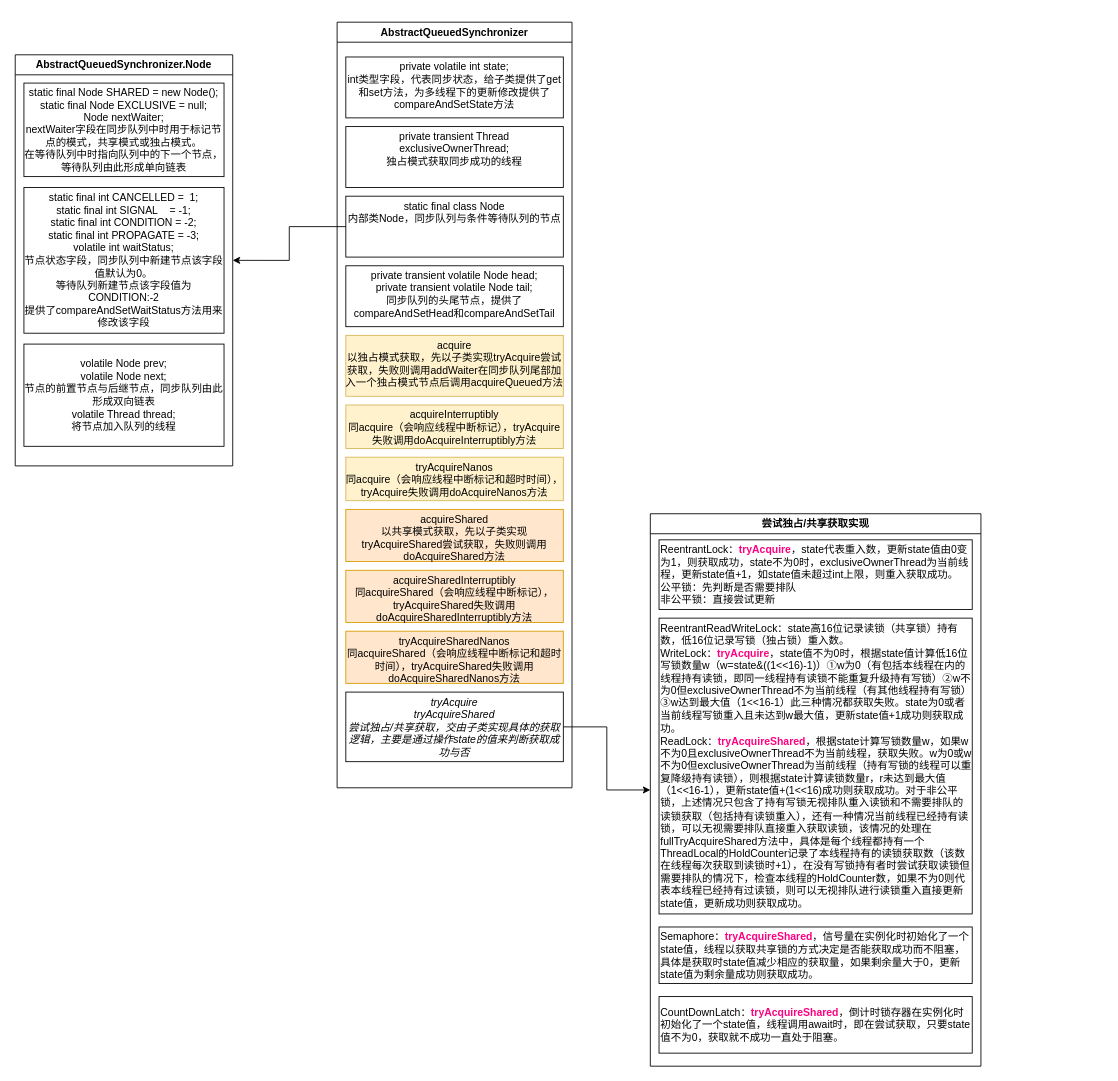
Above: AbstractQueuedSynchronizer.drawio in a7956232/drawIOFiles (draw.io), before the change. Source tidied: cells renumbered, new cells numbered last; positions are measured from the earlier drawing's top-left corner, leaving out a move shared by most shapes. Both pictures are drawn from the tidied source at 87%, with x=0, y=0 at pixel (15, 22).
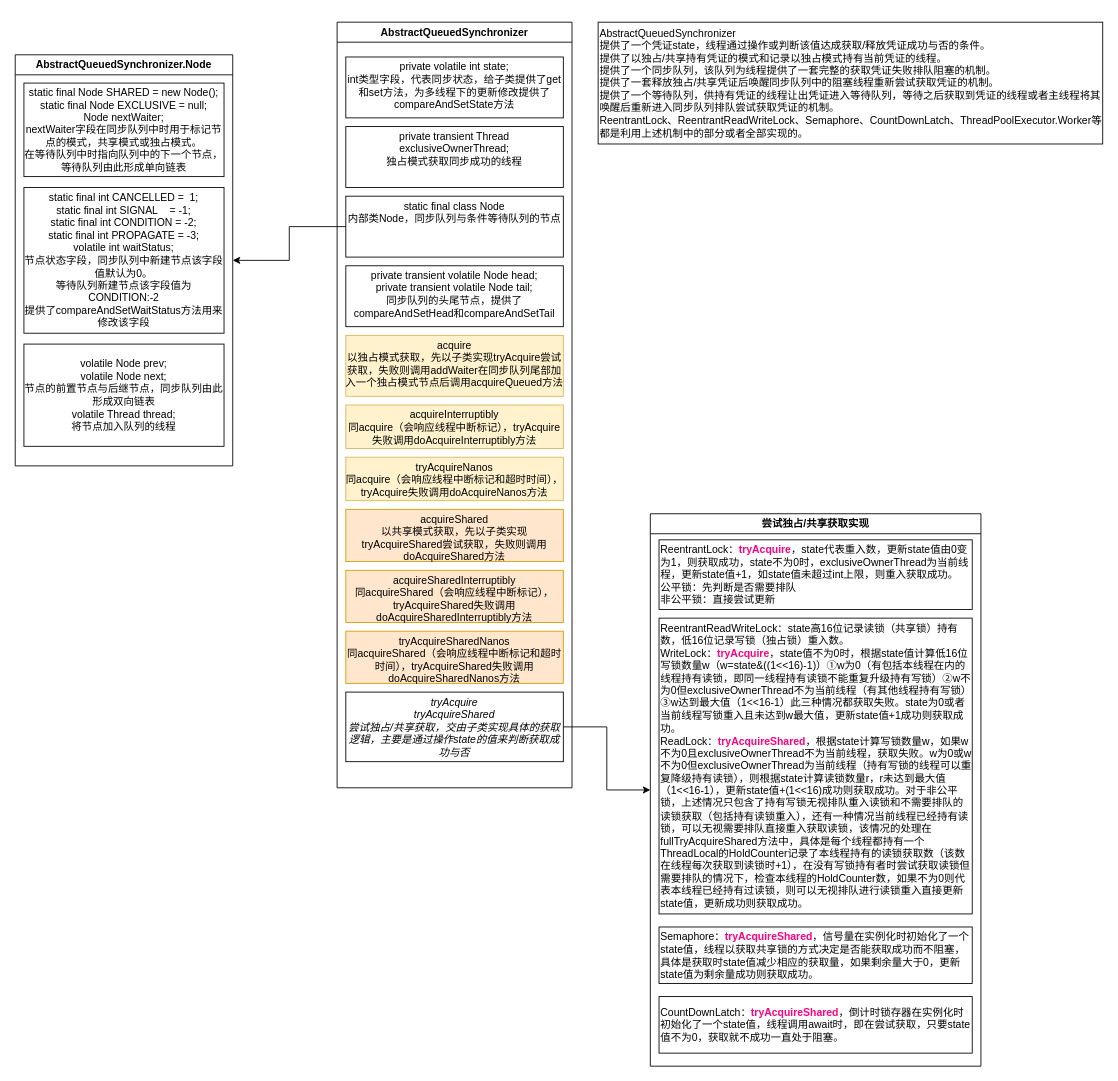
The same diagram, later.

The edit, as a diff of the source:
```diff
@@
+    <mxCell id="25" value="AbstractQueuedSynchronizer&#10;提供了一个凭证state，线程通过操作或判断该值达成获取/释放凭证成功与否的条件。&#10;提供了以独占/共享持有凭证的模式和记录以独占模式持有当前凭证的线程。&#10;提供了一个同步队列，该队列为线程提供了一套完整的获取凭证失败排队阻塞的机制。&#10;提供了一套释放独占/共享凭证后唤醒同步队列中的阻塞线程重新尝试获取凭证的机制。&#10;提供了一个等待队列，供持有凭证的线程让出凭证进入等待队列，等待之后获取到凭证的线程或者主线程将其唤醒后重新进入同步队列排队尝试获取凭证的机制。&#10;ReentrantLock、ReentrantReadWriteLock、Semaphore、CountDownLatch、ThreadPoolExecutor.Worker等都是利用上述机制中的部分或者全部实现的。" style="rounded=0;whiteSpace=wrap;align=left;" parent="1" vertex="1">
+      <mxGeometry x="670" width="580" height="140" as="geometry" />
+    </mxCell>
```
